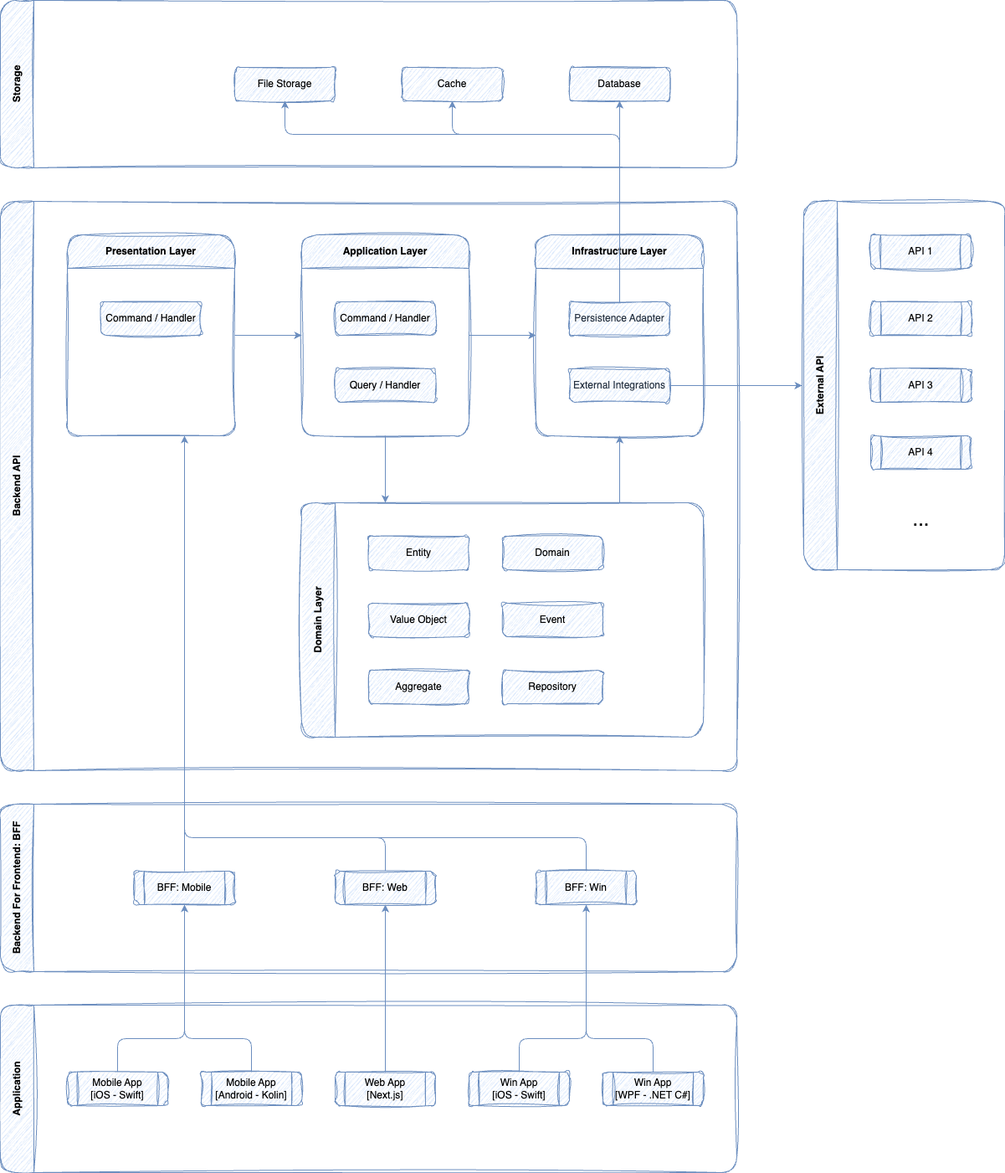
ittikornsopawan/specification keeps this draw.io diagram as Larger System/01_e-Commerce Platform/asset/system-design.drawio.png. Above is the earlier version. Source tidied: cells renumbered, new cells last; positions are measured from the earlier drawing's top-left corner, leaving out a move shared by most shapes.
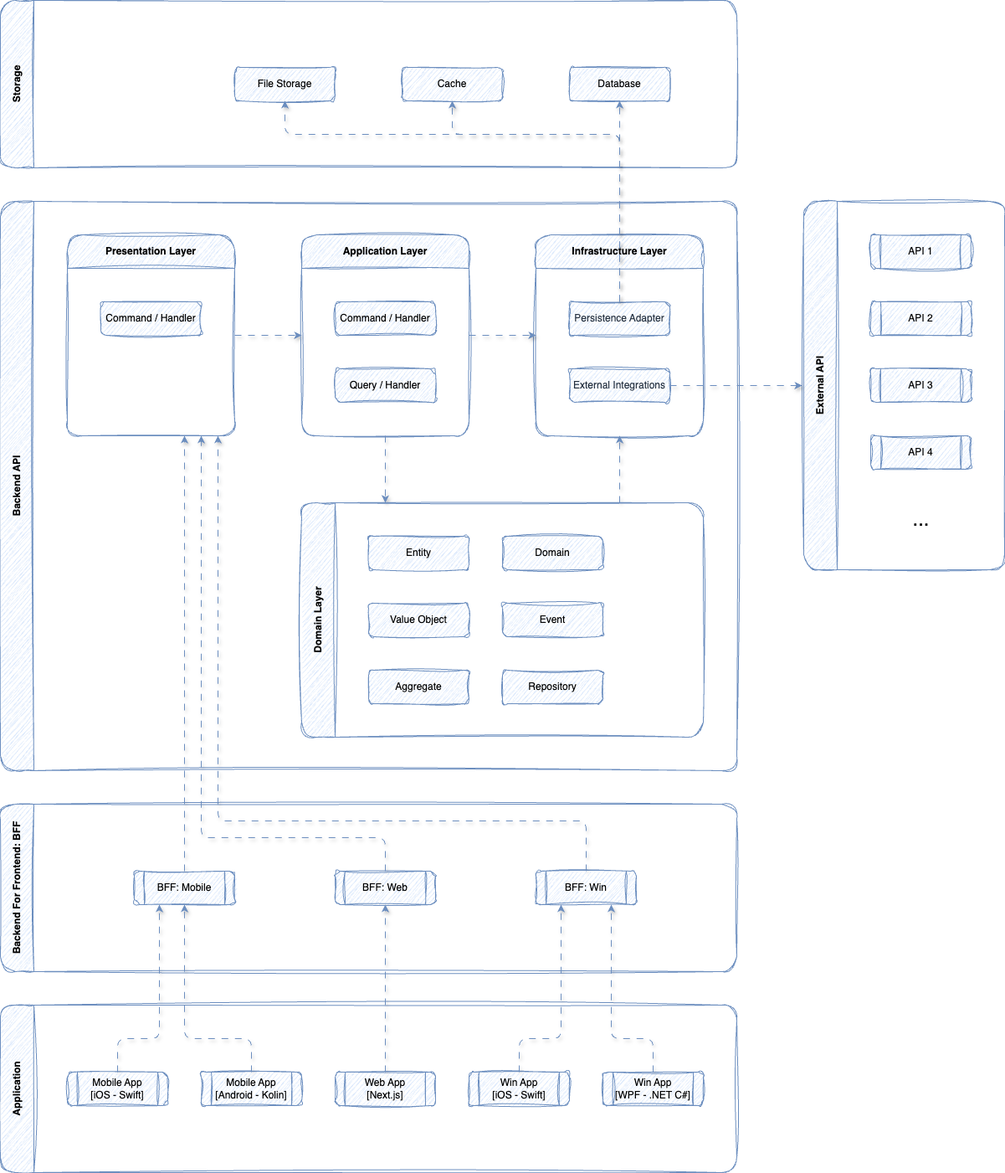
Later version of the same file.

Change to the diagram source:
```diff
@@ -14,7 +14,7 @@
     <mxCell id="5" value="&lt;span style=&quot;color: rgb(35, 47, 62); text-wrap-mode: nowrap;&quot;&gt;External Integrations&lt;/span&gt;" style="rounded=1;whiteSpace=wrap;html=1;fillColor=#dae8fc;strokeColor=#6c8ebf;sketch=1;curveFitting=1;jiggle=2;" parent="3" vertex="1">
       <mxGeometry x="40" y="160" width="120" height="40" as="geometry" />
     </mxCell>
-    <mxCell id="6" style="edgeStyle=none;html=1;entryX=0;entryY=0.5;entryDx=0;entryDy=0;fillColor=#dae8fc;strokeColor=#6c8ebf;" parent="2" edge="1" target="11">
+    <mxCell id="6" style="edgeStyle=none;html=1;entryX=0;entryY=0.5;entryDx=0;entryDy=0;fillColor=#dae8fc;strokeColor=#6c8ebf;flowAnimation=1;shadow=1;" parent="2" edge="1" target="11">
       <mxGeometry relative="1" as="geometry">
         <mxPoint x="280" y="160" as="sourcePoint" />
       </mxGeometry>
@@ -25,12 +25,12 @@
     <mxCell id="8" value="Command / Handler" style="rounded=1;whiteSpace=wrap;html=1;fillColor=#dae8fc;strokeColor=#6c8ebf;sketch=1;curveFitting=1;jiggle=2;" parent="7" vertex="1">
       <mxGeometry x="40" y="80" width="120" height="40" as="geometry" />
     </mxCell>
-    <mxCell id="9" style="edgeStyle=none;html=1;exitX=1;exitY=0.5;exitDx=0;exitDy=0;fillColor=#dae8fc;strokeColor=#6c8ebf;" parent="2" edge="1" source="11">
+    <mxCell id="9" style="edgeStyle=none;html=1;exitX=1;exitY=0.5;exitDx=0;exitDy=0;fillColor=#dae8fc;strokeColor=#6c8ebf;flowAnimation=1;shadow=1;" parent="2" edge="1" source="11">
       <mxGeometry relative="1" as="geometry">
         <mxPoint x="640" y="160" as="targetPoint" />
       </mxGeometry>
     </mxCell>
-    <mxCell id="10" style="edgeStyle=none;html=1;exitX=0.5;exitY=1;exitDx=0;exitDy=0;fillColor=#dae8fc;strokeColor=#6c8ebf;" parent="2" edge="1" source="11">
+    <mxCell id="10" style="edgeStyle=none;html=1;exitX=0.5;exitY=1;exitDx=0;exitDy=0;fillColor=#dae8fc;strokeColor=#6c8ebf;flowAnimation=1;shadow=1;" parent="2" edge="1" source="11">
       <mxGeometry relative="1" as="geometry">
         <mxPoint x="460" y="360" as="targetPoint" />
       </mxGeometry>
@@ -44,7 +44,7 @@
     <mxCell id="13" value="&lt;span style=&quot;color: rgb(0, 0, 0);&quot;&gt;Query / Handler&lt;/span&gt;" style="rounded=1;whiteSpace=wrap;html=1;fillColor=#dae8fc;strokeColor=#6c8ebf;sketch=1;curveFitting=1;jiggle=2;" parent="11" vertex="1">
       <mxGeometry x="40" y="160" width="120" height="40" as="geometry" />
     </mxCell>
-    <mxCell id="14" style="edgeStyle=none;html=1;entryX=0.5;entryY=1;entryDx=0;entryDy=0;fillColor=#dae8fc;strokeColor=#6c8ebf;" parent="2" edge="1" target="3">
+    <mxCell id="14" style="edgeStyle=none;html=1;entryX=0.5;entryY=1;entryDx=0;entryDy=0;fillColor=#dae8fc;strokeColor=#6c8ebf;flowAnimation=1;shadow=1;" parent="2" edge="1" target="3">
       <mxGeometry relative="1" as="geometry">
         <mxPoint x="740" y="360" as="sourcePoint" />
       </mxGeometry>
@@ -94,12 +94,12 @@
     <mxCell id="29" value="BFF: Mobile" style="shape=process;whiteSpace=wrap;html=1;backgroundOutline=1;fillColor=#dae8fc;strokeColor=#6c8ebf;sketch=1;curveFitting=1;jiggle=2;rounded=1;" parent="26" vertex="1">
       <mxGeometry x="160" y="80" width="120" height="40" as="geometry" />
     </mxCell>
-    <mxCell id="30" style="edgeStyle=orthogonalEdgeStyle;html=1;exitX=0.5;exitY=0;exitDx=0;exitDy=0;fillColor=#dae8fc;strokeColor=#6c8ebf;" parent="1" edge="1" source="27">
+    <mxCell id="30" style="edgeStyle=orthogonalEdgeStyle;html=1;exitX=0.5;exitY=0;exitDx=0;exitDy=0;fillColor=#dae8fc;strokeColor=#6c8ebf;flowAnimation=1;shadow=1;" parent="1" edge="1" source="27">
       <mxGeometry relative="1" as="geometry">
-        <mxPoint x="220" y="520" as="targetPoint" />
+        <mxPoint x="240" y="520" as="targetPoint" />
         <Array as="points">
           <mxPoint x="460" y="1000" />
-          <mxPoint x="220" y="1000" />
+          <mxPoint x="240" y="1000" />
         </Array>
       </mxGeometry>
     </mxCell>
@@ -121,7 +121,7 @@
     <mxCell id="36" value="Win App&lt;br&gt;[WPF - .NET C#]" style="shape=process;whiteSpace=wrap;html=1;backgroundOutline=1;fillColor=#dae8fc;strokeColor=#6c8ebf;sketch=1;curveFitting=1;jiggle=2;rounded=1;" parent="31" vertex="1">
       <mxGeometry x="720" y="80" width="120" height="40" as="geometry" />
     </mxCell>
-    <mxCell id="37" style="edgeStyle=orthogonalEdgeStyle;html=1;exitX=0.5;exitY=0;exitDx=0;exitDy=0;entryX=0.5;entryY=1;entryDx=0;entryDy=0;fillColor=#dae8fc;strokeColor=#6c8ebf;" parent="1" edge="1" source="34" target="29">
+    <mxCell id="37" style="edgeStyle=orthogonalEdgeStyle;html=1;exitX=0.5;exitY=0;exitDx=0;exitDy=0;entryX=0.5;entryY=1;entryDx=0;entryDy=0;fillColor=#dae8fc;strokeColor=#6c8ebf;flowAnimation=1;shadow=1;" parent="1" edge="1" source="34" target="29">
       <mxGeometry relative="1" as="geometry">
         <Array as="points">
           <mxPoint x="300" y="1240" />
@@ -129,34 +129,34 @@
         </Array>
       </mxGeometry>
     </mxCell>
-    <mxCell id="38" style="edgeStyle=orthogonalEdgeStyle;html=1;exitX=0.5;exitY=0;exitDx=0;exitDy=0;entryX=0.5;entryY=1;entryDx=0;entryDy=0;fillColor=#dae8fc;strokeColor=#6c8ebf;" parent="1" edge="1" source="32" target="28">
+    <mxCell id="38" style="edgeStyle=orthogonalEdgeStyle;html=1;exitX=0.5;exitY=0;exitDx=0;exitDy=0;entryX=0.25;entryY=1;entryDx=0;entryDy=0;fillColor=#dae8fc;strokeColor=#6c8ebf;flowAnimation=1;shadow=1;" parent="1" edge="1" source="32" target="28">
       <mxGeometry relative="1" as="geometry">
         <Array as="points">
           <mxPoint x="620" y="1240" />
-          <mxPoint x="700" y="1240" />
+          <mxPoint x="670" y="1240" />
         </Array>
       </mxGeometry>
     </mxCell>
-    <mxCell id="39" style="edgeStyle=orthogonalEdgeStyle;html=1;exitX=0.5;exitY=0;exitDx=0;exitDy=0;entryX=0.5;entryY=1;entryDx=0;entryDy=0;fillColor=#dae8fc;strokeColor=#6c8ebf;" parent="1" edge="1" source="33" target="27">
+    <mxCell id="39" style="edgeStyle=orthogonalEdgeStyle;html=1;exitX=0.5;exitY=0;exitDx=0;exitDy=0;entryX=0.5;entryY=1;entryDx=0;entryDy=0;fillColor=#dae8fc;strokeColor=#6c8ebf;flowAnimation=1;shadow=1;" parent="1" edge="1" source="33" target="27">
       <mxGeometry relative="1" as="geometry" />
     </mxCell>
-    <mxCell id="40" style="edgeStyle=orthogonalEdgeStyle;html=1;exitX=0.5;exitY=0;exitDx=0;exitDy=0;entryX=0.5;entryY=1;entryDx=0;entryDy=0;fillColor=#dae8fc;strokeColor=#6c8ebf;" parent="1" edge="1" source="35" target="29">
+    <mxCell id="40" style="edgeStyle=orthogonalEdgeStyle;html=1;exitX=0.5;exitY=0;exitDx=0;exitDy=0;entryX=0.25;entryY=1;entryDx=0;entryDy=0;fillColor=#dae8fc;strokeColor=#6c8ebf;flowAnimation=1;shadow=1;" parent="1" edge="1" source="35" target="29">
       <mxGeometry relative="1" as="geometry">
         <Array as="points">
           <mxPoint x="140" y="1240" />
-          <mxPoint x="220" y="1240" />
+          <mxPoint x="190" y="1240" />
         </Array>
       </mxGeometry>
     </mxCell>
-    <mxCell id="41" style="edgeStyle=orthogonalEdgeStyle;html=1;exitX=0.5;exitY=0;exitDx=0;exitDy=0;entryX=0.5;entryY=1;entryDx=0;entryDy=0;fillColor=#dae8fc;strokeColor=#6c8ebf;" parent="1" edge="1" source="36" target="28">
+    <mxCell id="41" style="edgeStyle=orthogonalEdgeStyle;html=1;exitX=0.5;exitY=0;exitDx=0;exitDy=0;entryX=0.75;entryY=1;entryDx=0;entryDy=0;fillColor=#dae8fc;strokeColor=#6c8ebf;flowAnimation=1;shadow=1;" parent="1" edge="1" source="36" target="28">
       <mxGeometry relative="1" as="geometry">
         <Array as="points">
           <mxPoint x="780" y="1240" />
-          <mxPoint x="700" y="1240" />
+          <mxPoint x="730" y="1240" />
         </Array>
       </mxGeometry>
     </mxCell>
-    <mxCell id="42" style="edgeStyle=orthogonalEdgeStyle;html=1;exitX=0.5;exitY=0;exitDx=0;exitDy=0;fillColor=#dae8fc;strokeColor=#6c8ebf;" parent="1" edge="1" source="29">
+    <mxCell id="42" style="edgeStyle=orthogonalEdgeStyle;html=1;exitX=0.5;exitY=0;exitDx=0;exitDy=0;fillColor=#dae8fc;strokeColor=#6c8ebf;flowAnimation=1;shadow=1;" parent="1" edge="1" source="29">
       <mxGeometry relative="1" as="geometry">
         <mxPoint x="220" y="520" as="targetPoint" />
         <Array as="points">
@@ -165,12 +165,12 @@
         </Array>
       </mxGeometry>
     </mxCell>
-    <mxCell id="43" style="edgeStyle=orthogonalEdgeStyle;html=1;exitX=0.5;exitY=0;exitDx=0;exitDy=0;fillColor=#dae8fc;strokeColor=#6c8ebf;" parent="1" edge="1" source="28">
+    <mxCell id="43" style="edgeStyle=orthogonalEdgeStyle;html=1;exitX=0.5;exitY=0;exitDx=0;exitDy=0;fillColor=#dae8fc;strokeColor=#6c8ebf;flowAnimation=1;shadow=1;" parent="1" edge="1" source="28">
       <mxGeometry relative="1" as="geometry">
-        <mxPoint x="220" y="520" as="targetPoint" />
+        <mxPoint x="260" y="520" as="targetPoint" />
         <Array as="points">
-          <mxPoint x="700" y="1000" />
-          <mxPoint x="220" y="1000" />
+          <mxPoint x="700" y="980" />
+          <mxPoint x="260" y="980" />
         </Array>
       </mxGeometry>
     </mxCell>
@@ -192,7 +192,7 @@
     <mxCell id="49" value="..." style="text;html=1;align=center;verticalAlign=middle;strokeColor=none;fillColor=none;fontSize=24;" parent="44" vertex="1">
       <mxGeometry x="120" y="360" width="40" height="40" as="geometry" />
     </mxCell>
-    <mxCell id="50" style="edgeStyle=orthogonalEdgeStyle;html=1;exitX=1;exitY=0.5;exitDx=0;exitDy=0;fillColor=#dae8fc;strokeColor=#6c8ebf;" parent="1" edge="1" source="5">
+    <mxCell id="50" style="edgeStyle=orthogonalEdgeStyle;html=1;exitX=1;exitY=0.5;exitDx=0;exitDy=0;fillColor=#dae8fc;strokeColor=#6c8ebf;flowAnimation=1;shadow=1;" parent="1" edge="1" source="5">
       <mxGeometry relative="1" as="geometry">
         <mxPoint x="958" y="460" as="targetPoint" />
         <Array as="points">
@@ -201,10 +201,10 @@
         </Array>
       </mxGeometry>
     </mxCell>
-    <mxCell id="51" style="edgeStyle=none;html=1;exitX=0.5;exitY=0;exitDx=0;exitDy=0;fillColor=#dae8fc;strokeColor=#6c8ebf;entryX=0.5;entryY=1;entryDx=0;entryDy=0;" parent="1" edge="1" source="4" target="25">
+    <mxCell id="51" style="edgeStyle=none;html=1;exitX=0.5;exitY=0;exitDx=0;exitDy=0;fillColor=#dae8fc;strokeColor=#6c8ebf;entryX=0.5;entryY=1;entryDx=0;entryDy=0;flowAnimation=1;shadow=1;" parent="1" edge="1" source="4" target="25">
       <mxGeometry relative="1" as="geometry" />
     </mxCell>
-    <mxCell id="52" style="edgeStyle=orthogonalEdgeStyle;html=1;exitX=0.5;exitY=0;exitDx=0;exitDy=0;entryX=0.5;entryY=1;entryDx=0;entryDy=0;fillColor=#dae8fc;strokeColor=#6c8ebf;" parent="1" edge="1" source="4" target="24">
+    <mxCell id="52" style="edgeStyle=orthogonalEdgeStyle;html=1;exitX=0.5;exitY=0;exitDx=0;exitDy=0;entryX=0.5;entryY=1;entryDx=0;entryDy=0;fillColor=#dae8fc;strokeColor=#6c8ebf;flowAnimation=1;shadow=1;" parent="1" edge="1" source="4" target="24">
       <mxGeometry relative="1" as="geometry">
         <Array as="points">
           <mxPoint x="740" y="160" />
@@ -212,7 +212,7 @@
         </Array>
       </mxGeometry>
     </mxCell>
-    <mxCell id="53" style="edgeStyle=orthogonalEdgeStyle;html=1;exitX=0.5;exitY=0;exitDx=0;exitDy=0;entryX=0.5;entryY=1;entryDx=0;entryDy=0;fillColor=#dae8fc;strokeColor=#6c8ebf;" parent="1" edge="1" source="4" target="23">
+    <mxCell id="53" style="edgeStyle=orthogonalEdgeStyle;html=1;exitX=0.5;exitY=0;exitDx=0;exitDy=0;entryX=0.5;entryY=1;entryDx=0;entryDy=0;fillColor=#dae8fc;strokeColor=#6c8ebf;flowAnimation=1;shadow=1;" parent="1" edge="1" source="4" target="23">
       <mxGeometry relative="1" as="geometry">
         <Array as="points">
           <mxPoint x="740" y="160" />
```
